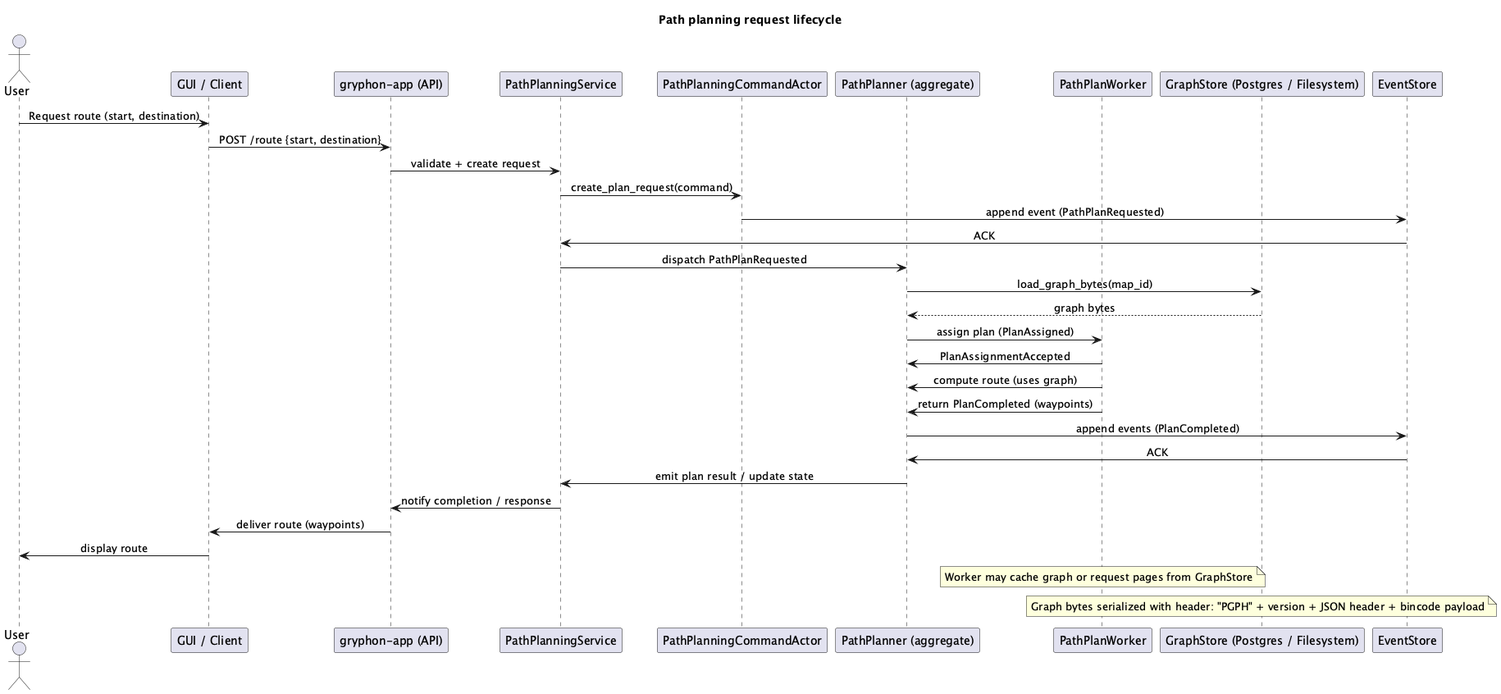
This is docs/diagrams/path_planning_sequence.png from eikeschumann971/gryphon-app, a PlantUML export, as it was before one commit. Its source is kept beside it as docs/diagrams/path_planning_sequence.puml.
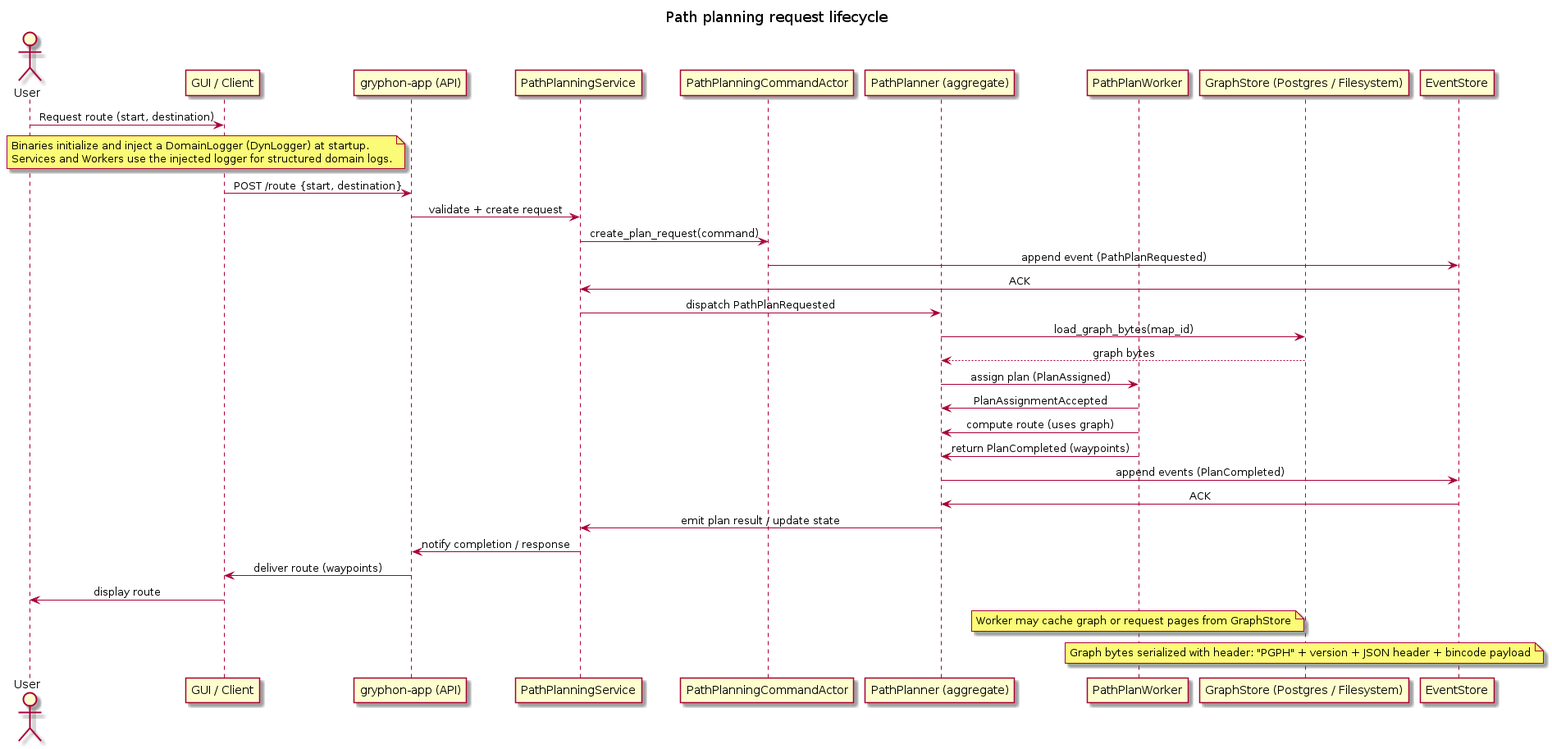
The same file after the commit.

Change to the diagram source:
```diff
@@ -12,6 +12,10 @@
 participant EventStore as "EventStore"
 
 User -> GUI: Request route (start, destination)
+note left of API
+	Binaries initialize and inject a DomainLogger (DynLogger) at startup.
+	Services and Workers use the injected logger for structured domain logs.
+end note
 GUI -> API: POST /route {start, destination}
 API -> Service: validate + create request
 Service -> CommandActor: create_plan_request(command)
```
